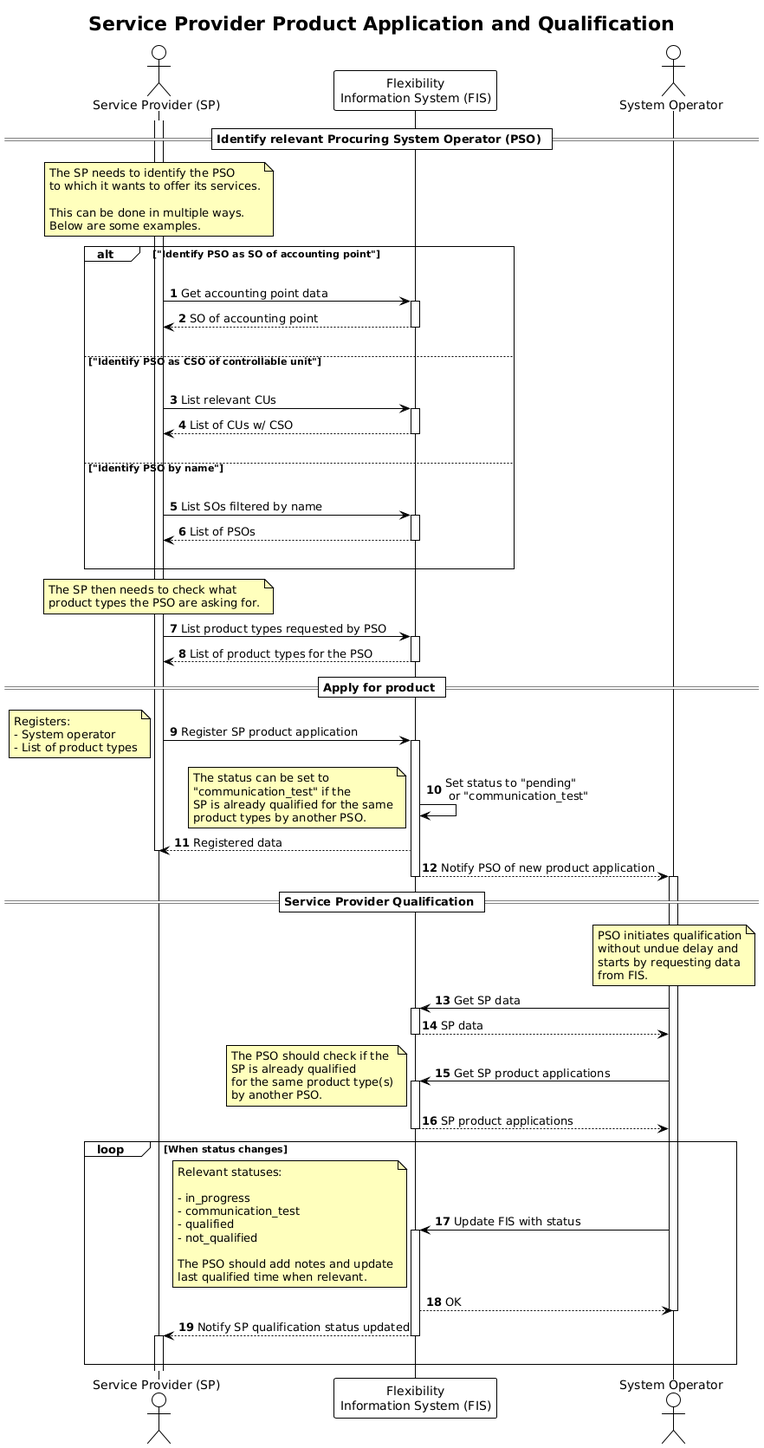
The PlantUML diagram docs/diagrams/service_provider_product_application.png in elhub/flex-information-system, before a commit. Source of this version:
```plantuml
@startuml service_provider_product_application

!theme plain

title Service Provider Product Application and Qualification

autonumber
skinparam note {
    BackgroundColor #FFFFBD
}

actor "Service Provider (SP)" as SP
participant "Flexibility\nInformation System (FIS)" as FIS
actor "System Operator" as SO

== Identify relevant Procuring System Operator (PSO) ==

activate SP

note over SP
    The SP needs to identify the PSO
    to which it wants to offer its services.

    This can be done in multiple ways.
    Below are some examples.
end note

alt "Identify PSO as SO of accounting point"
    |||
    SP -> FIS: Get accounting point data
    activate FIS
    FIS --> SP: SO of accounting point
    deactivate FIS
    |||
else "Identify PSO as CSO of controllable unit"
    |||
    SP -> FIS: List relevant CUs
    activate FIS
    FIS --> SP: List of CUs w/ CSO
    deactivate FIS
    |||
else "Identify PSO by name"
    |||
    SP -> FIS: List SOs filtered by name
    activate FIS
    FIS --> SP: List of PSOs
    deactivate FIS
    |||
end

note over SP
    The SP then needs to check what
    product types the PSO are asking for.
end note

SP -> FIS: List product types requested by PSO
activate FIS
FIS --> SP: List of product types for the PSO
deactivate FIS

== Apply for product ==

SP -> FIS: Register SP product application

note left
    Registers:
    - System operator
    - List of product types
end note

activate FIS
FIS -> FIS: Set status to "pending"\n or "communication_test"
note left
    The status can be set to
    "communication_test" if the
    SP is already qualified for the same
    product types by another PSO.
end note
FIS --> SP: Registered data
deactivate SP
FIS --> SO: Notify PSO of new product application
deactivate FIS
activate SO

== Service Provider Qualification ==

note over SO
    PSO initiates qualification
    without undue delay and
    starts by requesting data
    from FIS.
end note

SO -> FIS: Get SP data
activate FIS
FIS --> SO: SP data
deactivate FIS

SO -> FIS: Get SP product applications
note left
    The PSO should check if the
    SP is already qualified
    for the same product type(s)
    by another PSO.
end note
activate FIS
FIS --> SO: SP product applications
deactivate FIS

loop When status changes
    SO -> FIS: Update FIS with status
    note left
        Relevant statuses:

        - in_progress
        - communication_test
        - qualified
        - not_qualified

        The PSO should add notes and update
        last qualified time when relevant.
    end note
    activate FIS
    FIS --> SO: OK

    deactivate SO
    FIS --> SP: Notify SP qualification status updated
    deactivate FIS
    activate SP
    |||
end


@enduml
```
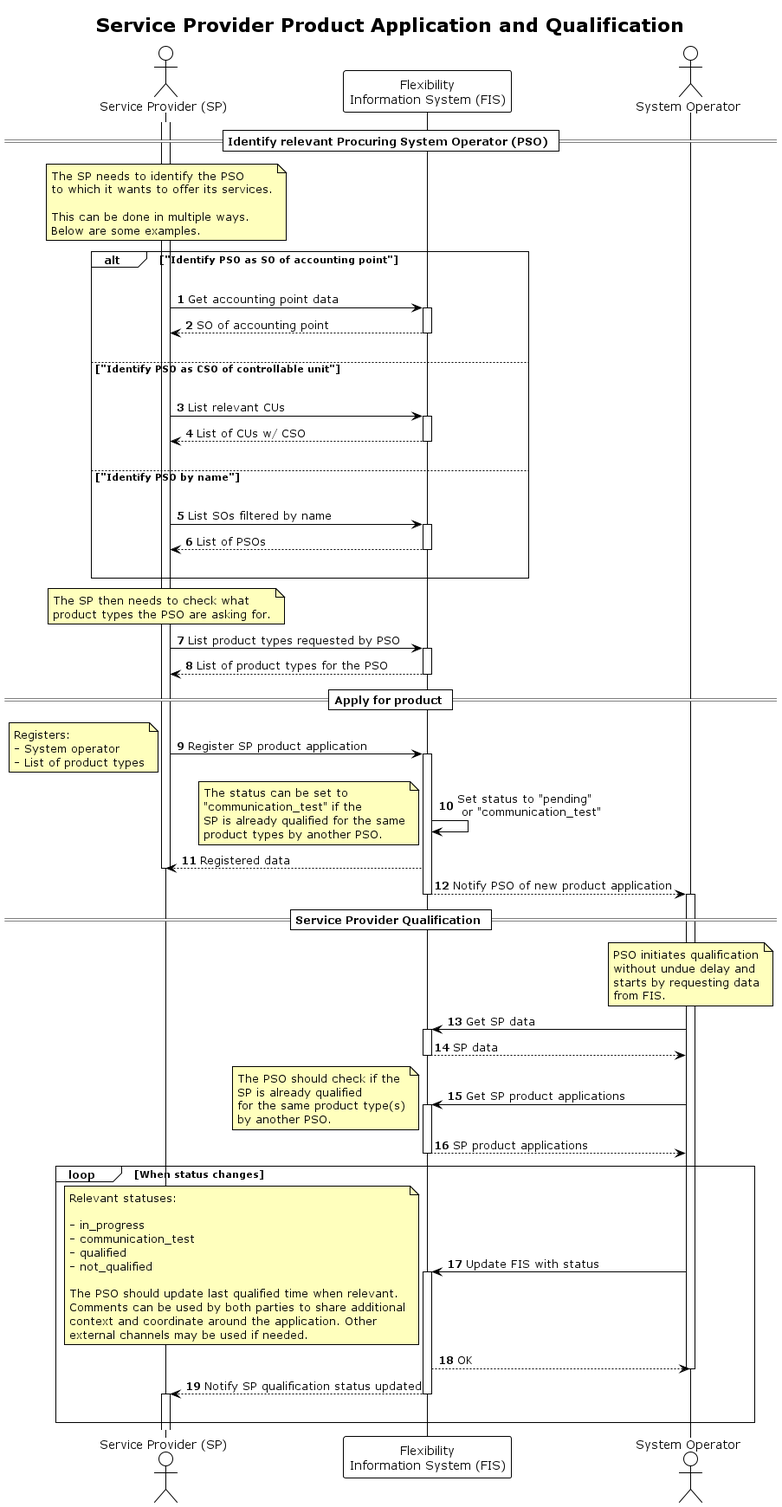
Above is the later version.

What changed in the source:
```diff
@@ -117,8 +117,10 @@
         - qualified
         - not_qualified
 
-        The PSO should add notes and update
-        last qualified time when relevant.
+        The PSO should update last qualified time when relevant.
+        Comments can be used by both parties to share additional
+        context and coordinate around the application. Other
+        external channels may be used if needed.
     end note
     activate FIS
     FIS --> SO: OK
```
